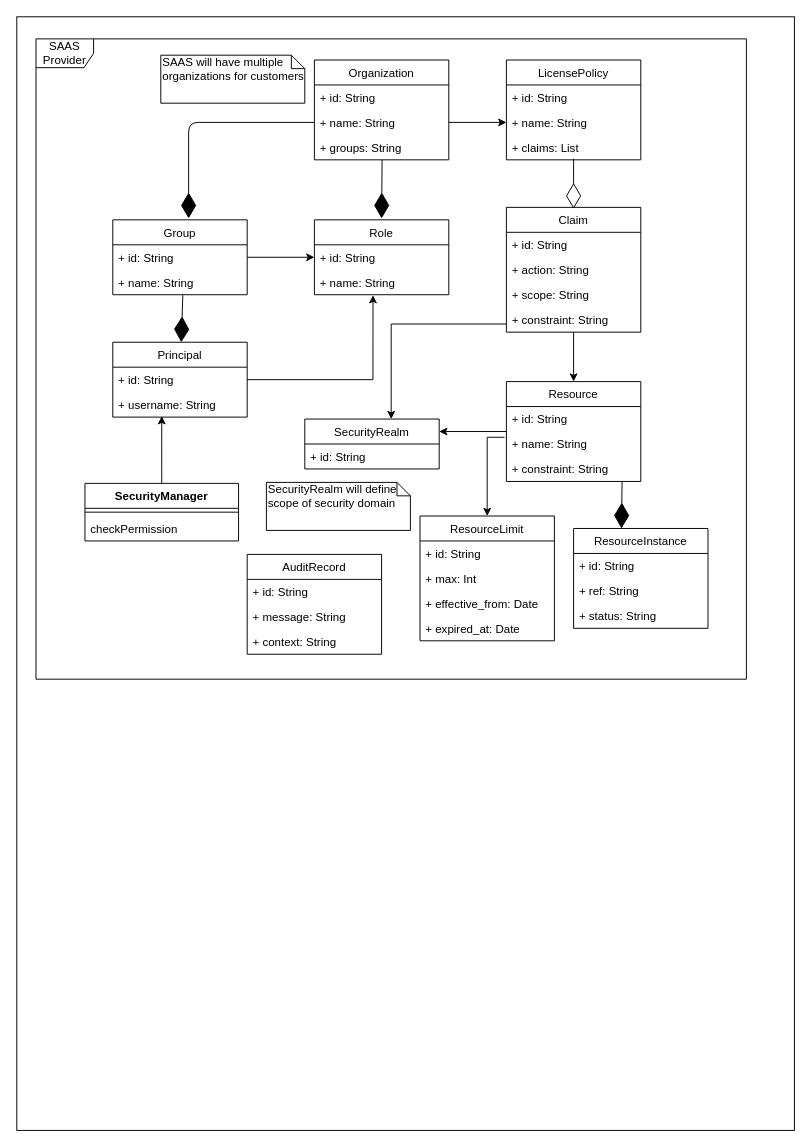
This is images/uml.drawio from bhatti/saas_rbac, a draw.io file, before an edit. Source tidied: cells renumbered, new cells numbered last; positions are measured from the earlier drawing's top-left corner, leaving out a move shared by most shapes. Both pictures are drawn from the tidied source at 96%, with x=0, y=0 at pixel (16, 16).
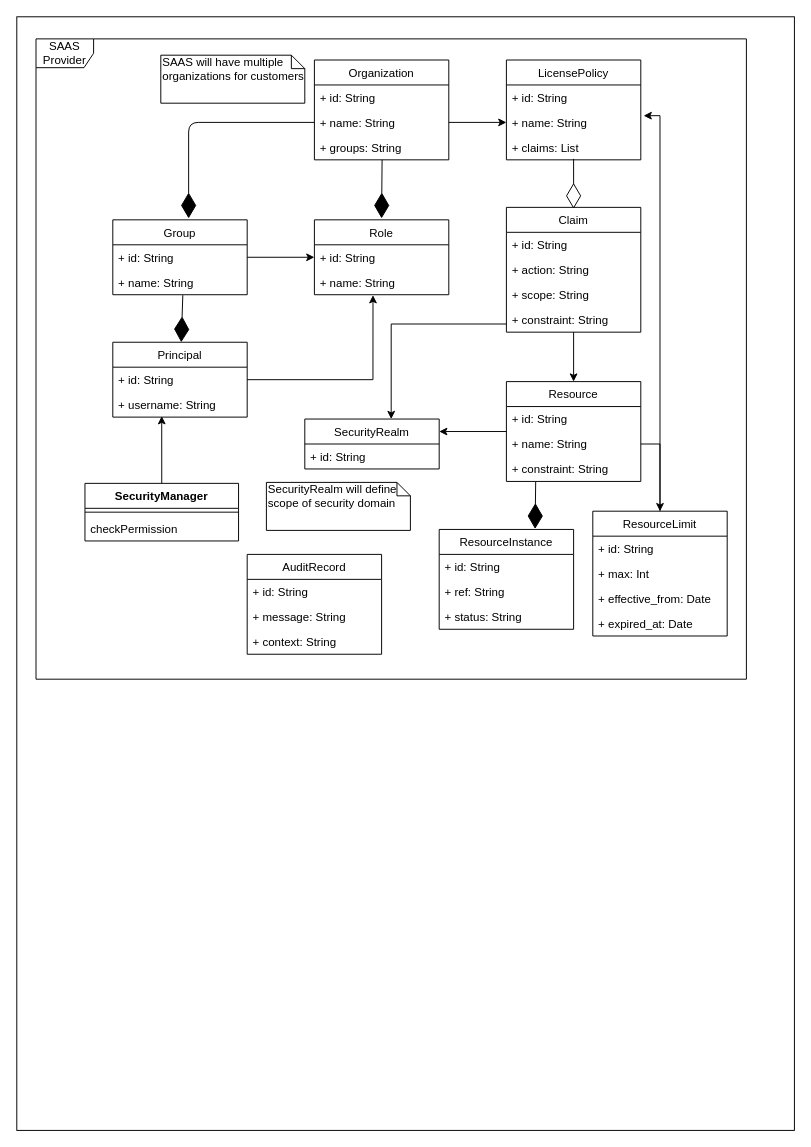
After the change.

The change refers to these unchanged cells:
```xml
<mxCell id="15" value="+ name: String" style="text;strokeColor=none;fillColor=none;align=left;verticalAlign=top;spacingLeft=4;spacingRight=4;overflow=hidden;points=[[0,0.5],[1,0.5]];portConstraint=eastwest;" parent="13" vertex="1">
  <mxGeometry y="52" width="140" height="26" as="geometry" />
</mxCell>
<mxCell id="36" value="+ name: String" style="text;strokeColor=none;fillColor=none;align=left;verticalAlign=top;spacingLeft=4;spacingRight=4;overflow=hidden;points=[[0,0.5],[1,0.5]];portConstraint=eastwest;" parent="34" vertex="1">
  <mxGeometry y="52" width="140" height="26" as="geometry" />
</mxCell>
```

Change to the diagram source:
```diff
@@
-    <mxCell id="32" style="edgeStyle=orthogonalEdgeStyle;rounded=0;jettySize=auto;html=1;entryX=0.5;entryY=0;entryDx=0;entryDy=0;exitX=-0.014;exitY=0.231;exitDx=0;exitDy=0;exitPerimeter=0;" parent="1" edge="1" source="36" target="42">
+    <mxCell id="32" style="edgeStyle=orthogonalEdgeStyle;rounded=0;jettySize=auto;html=1;entryX=0.5;entryY=0;entryDx=0;entryDy=0;exitX=1;exitY=0.5;exitDx=0;exitDy=0;" parent="1" edge="1" source="36" target="42">
       <mxGeometry relative="1" as="geometry" />
     </mxCell>
@@
     <mxCell id="38" value="ResourceInstance" style="swimlane;fontStyle=0;horizontal=1;startSize=26;fillColor=none;" parent="1" vertex="1">
-      <mxGeometry x="580" y="533" width="140" height="104" as="geometry" />
+      <mxGeometry x="440" y="534" width="140" height="104" as="geometry" />
     </mxCell>
@@
+    <mxCell id="63" style="edgeStyle=orthogonalEdgeStyle;rounded=0;jettySize=auto;html=1;entryX=1.021;entryY=0.231;entryDx=0;entryDy=0;entryPerimeter=0;" parent="1" edge="1" source="42" target="15">
+      <mxGeometry relative="1" as="geometry" />
+    </mxCell>
     <mxCell id="42" value="ResourceLimit" style="swimlane;fontStyle=0;horizontal=1;startSize=26;fillColor=none;" parent="1" vertex="1">
-      <mxGeometry x="420" y="520" width="140" height="130" as="geometry" />
+      <mxGeometry x="600" y="515" width="140" height="130" as="geometry" />
     </mxCell>
@@
     <mxCell id="47" style="endArrow=diamondThin;endFill=1;endSize=24;html=1;exitX=0.521;exitY=1.019;exitDx=0;exitDy=0;exitPerimeter=0;" parent="1" edge="1">
       <mxGeometry relative="1" as="geometry">
-        <mxPoint x="630.5" y="484" as="sourcePoint" />
-        <mxPoint x="629.9" y="533" as="targetPoint" />
+        <mxPoint x="540.5" y="484.5" as="sourcePoint" />
+        <mxPoint x="539.9" y="533.5" as="targetPoint" />
       </mxGeometry>
     </mxCell>
```
